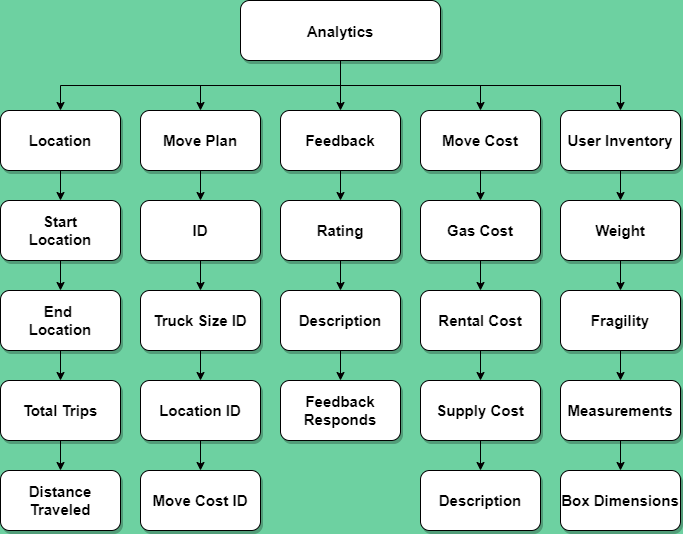
Earlier version of the draw.io export Documents/design/Files_For_Byron/ExpertTips_Database.png (LP-76/load.in). Source tidied: cells renumbered, new cells last; positions are measured from the earlier drawing's top-left corner, leaving out a move shared by most shapes.
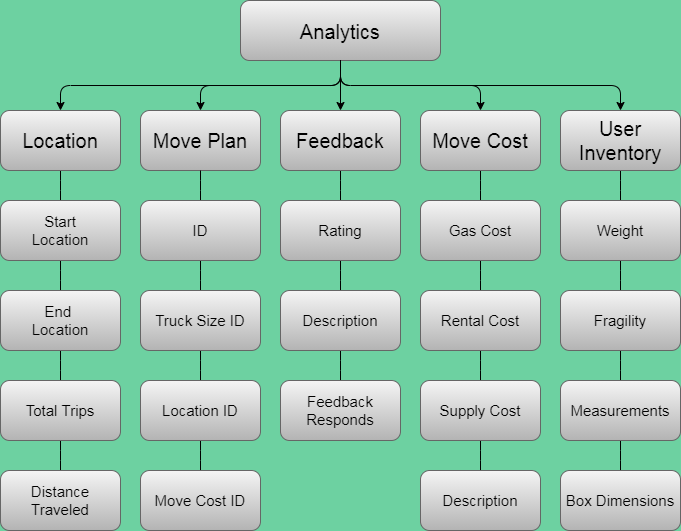
After the change.

The edit, as a diff of the source:
```diff
@@ -2,151 +2,151 @@
   <root>
     <mxCell id="0" />
     <mxCell id="1" parent="0" />
-    <mxCell id="2" value="Analytics" style="rounded=1;shadow=1;fontStyle=1;fontSize=15;fillColor=#FFFFFF;" parent="1" vertex="1">
+    <mxCell id="2" value="Analytics" style="fontSize=20;fillColor=#f5f5f5;strokeColor=#666666;gradientColor=#b3b3b3;rounded=1;" parent="1" vertex="1">
       <mxGeometry x="240" width="200" height="60" as="geometry" />
     </mxCell>
-    <mxCell id="3" style="edgeStyle=orthogonalEdgeStyle;rounded=0;jettySize=auto;html=1;exitX=0.5;exitY=1;exitDx=0;exitDy=0;" parent="1" edge="1" source="2" target="6">
+    <mxCell id="3" style="edgeStyle=orthogonalEdgeStyle;jettySize=auto;html=1;exitX=0.5;exitY=1;exitDx=0;exitDy=0;" parent="1" edge="1" source="2" target="6">
       <mxGeometry relative="1" as="geometry" />
     </mxCell>
-    <mxCell id="4" style="edgeStyle=orthogonalEdgeStyle;rounded=0;jettySize=auto;html=1;" parent="1" edge="1" source="5" target="15">
+    <mxCell id="4" style="edgeStyle=orthogonalEdgeStyle;jettySize=auto;html=1;endArrow=none;endFill=0;" parent="1" edge="1" source="5" target="15">
       <mxGeometry relative="1" as="geometry" />
     </mxCell>
-    <mxCell id="5" value="Location" style="whiteSpace=wrap;html=1;rounded=1;shadow=1;fontSize=15;fontStyle=1;fillColor=#FFFFFF;" parent="1" vertex="1">
+    <mxCell id="5" value="Location" style="whiteSpace=wrap;html=1;fontSize=20;fillColor=#f5f5f5;strokeColor=#666666;gradientColor=#b3b3b3;rounded=1;" parent="1" vertex="1">
       <mxGeometry y="110" width="120" height="60" as="geometry" />
     </mxCell>
-    <mxCell id="6" value="Move Plan" style="whiteSpace=wrap;html=1;rounded=1;shadow=1;fontSize=15;fontStyle=1;fillColor=#FFFFFF;" parent="1" vertex="1">
+    <mxCell id="6" value="Move Plan" style="whiteSpace=wrap;html=1;fontSize=20;fillColor=#f5f5f5;strokeColor=#666666;gradientColor=#b3b3b3;rounded=1;" parent="1" vertex="1">
       <mxGeometry x="140" y="110" width="120" height="60" as="geometry" />
     </mxCell>
-    <mxCell id="7" style="edgeStyle=orthogonalEdgeStyle;rounded=0;jettySize=auto;html=1;" parent="1" edge="1" source="8" target="26">
+    <mxCell id="7" style="edgeStyle=orthogonalEdgeStyle;jettySize=auto;html=1;endFill=0;endArrow=none;" parent="1" edge="1" source="8" target="26">
       <mxGeometry relative="1" as="geometry" />
     </mxCell>
-    <mxCell id="8" value="Feedback" style="whiteSpace=wrap;html=1;rounded=1;shadow=1;fontSize=15;fontStyle=1;fillColor=#FFFFFF;" parent="1" vertex="1">
+    <mxCell id="8" value="Feedback" style="whiteSpace=wrap;html=1;fontSize=20;fillColor=#f5f5f5;strokeColor=#666666;gradientColor=#b3b3b3;rounded=1;" parent="1" vertex="1">
       <mxGeometry x="280" y="110" width="120" height="60" as="geometry" />
     </mxCell>
-    <mxCell id="9" style="edgeStyle=orthogonalEdgeStyle;rounded=0;jettySize=auto;html=1;exitX=0.5;exitY=1;exitDx=0;exitDy=0;entryX=0.5;entryY=0;entryDx=0;entryDy=0;" parent="1" edge="1" source="2" target="8">
+    <mxCell id="9" style="edgeStyle=orthogonalEdgeStyle;jettySize=auto;html=1;exitX=0.5;exitY=1;exitDx=0;exitDy=0;entryX=0.5;entryY=0;entryDx=0;entryDy=0;" parent="1" edge="1" source="2" target="8">
       <mxGeometry relative="1" as="geometry" />
     </mxCell>
-    <mxCell id="10" style="edgeStyle=orthogonalEdgeStyle;rounded=0;jettySize=auto;html=1;exitX=0.5;exitY=1;exitDx=0;exitDy=0;entryX=0.5;entryY=0;entryDx=0;entryDy=0;" parent="1" edge="1" source="2" target="5">
+    <mxCell id="10" style="edgeStyle=orthogonalEdgeStyle;jettySize=auto;html=1;exitX=0.5;exitY=1;exitDx=0;exitDy=0;entryX=0.5;entryY=0;entryDx=0;entryDy=0;" parent="1" edge="1" source="2" target="5">
       <mxGeometry relative="1" as="geometry" />
     </mxCell>
-    <mxCell id="11" style="edgeStyle=orthogonalEdgeStyle;rounded=0;jettySize=auto;html=1;" parent="1" edge="1" source="12" target="31">
+    <mxCell id="11" style="edgeStyle=orthogonalEdgeStyle;jettySize=auto;html=1;endFill=0;endArrow=none;" parent="1" edge="1" source="12" target="31">
       <mxGeometry relative="1" as="geometry" />
     </mxCell>
-    <mxCell id="12" value="Move Cost" style="whiteSpace=wrap;html=1;rounded=1;shadow=1;fontSize=15;fontStyle=1;fillColor=#FFFFFF;" parent="1" vertex="1">
+    <mxCell id="12" value="Move Cost" style="whiteSpace=wrap;html=1;fontSize=20;fillColor=#f5f5f5;strokeColor=#666666;gradientColor=#b3b3b3;rounded=1;" parent="1" vertex="1">
       <mxGeometry x="420" y="110" width="120" height="60" as="geometry" />
     </mxCell>
-    <mxCell id="13" style="edgeStyle=orthogonalEdgeStyle;rounded=0;jettySize=auto;html=1;exitX=0.5;exitY=1;exitDx=0;exitDy=0;entryX=0.5;entryY=0;entryDx=0;entryDy=0;" parent="1" edge="1" source="2" target="12">
+    <mxCell id="13" style="edgeStyle=orthogonalEdgeStyle;jettySize=auto;html=1;exitX=0.5;exitY=1;exitDx=0;exitDy=0;entryX=0.5;entryY=0;entryDx=0;entryDy=0;" parent="1" edge="1" source="2" target="12">
       <mxGeometry relative="1" as="geometry" />
     </mxCell>
-    <mxCell id="14" style="edgeStyle=orthogonalEdgeStyle;rounded=0;jettySize=auto;html=1;" parent="1" edge="1" source="15" target="17">
+    <mxCell id="14" style="edgeStyle=orthogonalEdgeStyle;jettySize=auto;html=1;endFill=0;endArrow=none;" parent="1" edge="1" source="15" target="17">
       <mxGeometry relative="1" as="geometry" />
     </mxCell>
-    <mxCell id="15" value="Start&lt;br&gt;Location" style="whiteSpace=wrap;html=1;rounded=1;shadow=1;fontSize=15;fontStyle=1;fillColor=#FFFFFF;" parent="1" vertex="1">
+    <mxCell id="15" value="Start&lt;br style=&quot;font-size: 15px;&quot;&gt;Location" style="whiteSpace=wrap;html=1;fontSize=15;fillColor=#f5f5f5;strokeColor=#666666;gradientColor=#b3b3b3;rounded=1;" parent="1" vertex="1">
       <mxGeometry y="200" width="120" height="60" as="geometry" />
     </mxCell>
-    <mxCell id="16" style="edgeStyle=orthogonalEdgeStyle;rounded=0;jettySize=auto;html=1;" parent="1" edge="1" source="17" target="46">
+    <mxCell id="16" style="edgeStyle=orthogonalEdgeStyle;jettySize=auto;html=1;endFill=0;endArrow=none;" parent="1" edge="1" source="17" target="46">
       <mxGeometry relative="1" as="geometry" />
     </mxCell>
-    <mxCell id="17" value="End&amp;nbsp;&lt;br&gt;Location" style="whiteSpace=wrap;html=1;rounded=1;shadow=1;fontSize=15;fontStyle=1;fillColor=#FFFFFF;" parent="1" vertex="1">
+    <mxCell id="17" value="End&amp;nbsp;&lt;br&gt;Location" style="whiteSpace=wrap;html=1;fontSize=15;fillColor=#f5f5f5;strokeColor=#666666;gradientColor=#b3b3b3;rounded=1;" parent="1" vertex="1">
       <mxGeometry y="290" width="120" height="60" as="geometry" />
     </mxCell>
-    <mxCell id="18" style="edgeStyle=orthogonalEdgeStyle;rounded=0;jettySize=auto;html=1;exitX=0.5;exitY=1;exitDx=0;exitDy=0;" parent="1" edge="1" source="6" target="20">
+    <mxCell id="18" style="edgeStyle=orthogonalEdgeStyle;jettySize=auto;html=1;exitX=0.5;exitY=1;exitDx=0;exitDy=0;endFill=0;endArrow=none;" parent="1" edge="1" source="6" target="20">
       <mxGeometry relative="1" as="geometry" />
     </mxCell>
-    <mxCell id="19" style="edgeStyle=orthogonalEdgeStyle;rounded=0;jettySize=auto;html=1;" parent="1" edge="1" source="20" target="22">
+    <mxCell id="19" style="edgeStyle=orthogonalEdgeStyle;jettySize=auto;html=1;endFill=0;endArrow=none;" parent="1" edge="1" source="20" target="22">
       <mxGeometry relative="1" as="geometry" />
     </mxCell>
-    <mxCell id="20" value="ID" style="whiteSpace=wrap;html=1;rounded=1;shadow=1;fontSize=15;fontStyle=1;fillColor=#FFFFFF;" parent="1" vertex="1">
+    <mxCell id="20" value="ID" style="whiteSpace=wrap;html=1;fontSize=15;fillColor=#f5f5f5;strokeColor=#666666;gradientColor=#b3b3b3;rounded=1;" parent="1" vertex="1">
       <mxGeometry x="140" y="200" width="120" height="60" as="geometry" />
     </mxCell>
-    <mxCell id="21" style="edgeStyle=orthogonalEdgeStyle;rounded=0;jettySize=auto;html=1;" parent="1" edge="1" source="22" target="24">
+    <mxCell id="21" style="edgeStyle=orthogonalEdgeStyle;jettySize=auto;html=1;endFill=0;endArrow=none;" parent="1" edge="1" source="22" target="24">
       <mxGeometry relative="1" as="geometry" />
     </mxCell>
-    <mxCell id="22" value="Truck Size ID" style="whiteSpace=wrap;html=1;rounded=1;shadow=1;fontSize=15;fontStyle=1;fillColor=#FFFFFF;" parent="1" vertex="1">
+    <mxCell id="22" value="Truck Size ID" style="whiteSpace=wrap;html=1;fontSize=15;fillColor=#f5f5f5;strokeColor=#666666;gradientColor=#b3b3b3;rounded=1;" parent="1" vertex="1">
       <mxGeometry x="140" y="290" width="120" height="60" as="geometry" />
     </mxCell>
-    <mxCell id="23" style="edgeStyle=orthogonalEdgeStyle;rounded=0;jettySize=auto;html=1;" parent="1" edge="1" source="24" target="47">
+    <mxCell id="23" style="edgeStyle=orthogonalEdgeStyle;jettySize=auto;html=1;endFill=0;endArrow=none;" parent="1" edge="1" source="24" target="47">
       <mxGeometry relative="1" as="geometry" />
     </mxCell>
-    <mxCell id="24" value="Location ID" style="whiteSpace=wrap;html=1;rounded=1;shadow=1;fontSize=15;fontStyle=1;fillColor=#FFFFFF;" parent="1" vertex="1">
+    <mxCell id="24" value="Location ID" style="whiteSpace=wrap;html=1;fontSize=15;fillColor=#f5f5f5;strokeColor=#666666;gradientColor=#b3b3b3;rounded=1;" parent="1" vertex="1">
       <mxGeometry x="140" y="380" width="120" height="60" as="geometry" />
     </mxCell>
-    <mxCell id="25" style="edgeStyle=orthogonalEdgeStyle;rounded=0;jettySize=auto;html=1;" parent="1" edge="1" source="26" target="28">
+    <mxCell id="25" style="edgeStyle=orthogonalEdgeStyle;jettySize=auto;html=1;endFill=0;endArrow=none;" parent="1" edge="1" source="26" target="28">
       <mxGeometry relative="1" as="geometry" />
     </mxCell>
-    <mxCell id="26" value="Rating" style="whiteSpace=wrap;html=1;rounded=1;shadow=1;fontSize=15;fontStyle=1;fillColor=#FFFFFF;" parent="1" vertex="1">
+    <mxCell id="26" value="Rating" style="whiteSpace=wrap;html=1;fontSize=15;fillColor=#f5f5f5;strokeColor=#666666;gradientColor=#b3b3b3;rounded=1;" parent="1" vertex="1">
       <mxGeometry x="280" y="200" width="120" height="60" as="geometry" />
     </mxCell>
-    <mxCell id="27" style="edgeStyle=orthogonalEdgeStyle;rounded=0;jettySize=auto;html=1;" parent="1" edge="1" source="28" target="29">
+    <mxCell id="27" style="edgeStyle=orthogonalEdgeStyle;jettySize=auto;html=1;endFill=0;endArrow=none;" parent="1" edge="1" source="28" target="29">
       <mxGeometry relative="1" as="geometry" />
     </mxCell>
-    <mxCell id="28" value="Description" style="whiteSpace=wrap;html=1;rounded=1;shadow=1;fontSize=15;fontStyle=1;fillColor=#FFFFFF;" parent="1" vertex="1">
+    <mxCell id="28" value="Description" style="whiteSpace=wrap;html=1;fontSize=15;fillColor=#f5f5f5;strokeColor=#666666;gradientColor=#b3b3b3;rounded=1;" parent="1" vertex="1">
       <mxGeometry x="280" y="290" width="120" height="60" as="geometry" />
     </mxCell>
-    <mxCell id="29" value="Feedback Responds" style="whiteSpace=wrap;html=1;rounded=1;shadow=1;fontSize=15;fontStyle=1;fillColor=#FFFFFF;" parent="1" vertex="1">
+    <mxCell id="29" value="Feedback Responds" style="whiteSpace=wrap;html=1;fontSize=15;fillColor=#f5f5f5;strokeColor=#666666;gradientColor=#b3b3b3;rounded=1;" parent="1" vertex="1">
       <mxGeometry x="280" y="380" width="120" height="60" as="geometry" />
     </mxCell>
-    <mxCell id="30" style="edgeStyle=orthogonalEdgeStyle;rounded=0;jettySize=auto;html=1;" parent="1" edge="1" source="31" target="33">
+    <mxCell id="30" style="edgeStyle=orthogonalEdgeStyle;jettySize=auto;html=1;endFill=0;endArrow=none;" parent="1" edge="1" source="31" target="33">
       <mxGeometry relative="1" as="geometry" />
     </mxCell>
-    <mxCell id="31" value="Gas Cost" style="whiteSpace=wrap;html=1;rounded=1;shadow=1;fontSize=15;fontStyle=1;fillColor=#FFFFFF;" parent="1" vertex="1">
+    <mxCell id="31" value="Gas Cost" style="whiteSpace=wrap;html=1;fontSize=15;fillColor=#f5f5f5;strokeColor=#666666;gradientColor=#b3b3b3;rounded=1;" parent="1" vertex="1">
       <mxGeometry x="420" y="200" width="120" height="60" as="geometry" />
     </mxCell>
-    <mxCell id="32" style="edgeStyle=orthogonalEdgeStyle;rounded=0;jettySize=auto;html=1;" parent="1" edge="1" source="33" target="35">
+    <mxCell id="32" style="edgeStyle=orthogonalEdgeStyle;jettySize=auto;html=1;endFill=0;endArrow=none;" parent="1" edge="1" source="33" target="35">
       <mxGeometry relative="1" as="geometry" />
     </mxCell>
-    <mxCell id="33" value="Rental Cost" style="whiteSpace=wrap;html=1;rounded=1;shadow=1;fontSize=15;fontStyle=1;fillColor=#FFFFFF;" parent="1" vertex="1">
+    <mxCell id="33" value="Rental Cost" style="whiteSpace=wrap;html=1;fontSize=15;fillColor=#f5f5f5;strokeColor=#666666;gradientColor=#b3b3b3;rounded=1;" parent="1" vertex="1">
       <mxGeometry x="420" y="290" width="120" height="60" as="geometry" />
     </mxCell>
-    <mxCell id="34" style="edgeStyle=orthogonalEdgeStyle;rounded=0;jettySize=auto;html=1;" parent="1" edge="1" source="35" target="48">
+    <mxCell id="34" style="edgeStyle=orthogonalEdgeStyle;jettySize=auto;html=1;endFill=0;endArrow=none;" parent="1" edge="1" source="35" target="48">
       <mxGeometry relative="1" as="geometry" />
     </mxCell>
-    <mxCell id="35" value="Supply Cost" style="whiteSpace=wrap;html=1;rounded=1;shadow=1;fontSize=15;fontStyle=1;fillColor=#FFFFFF;" parent="1" vertex="1">
+    <mxCell id="35" value="Supply Cost" style="whiteSpace=wrap;html=1;fontSize=15;fillColor=#f5f5f5;strokeColor=#666666;gradientColor=#b3b3b3;rounded=1;" parent="1" vertex="1">
       <mxGeometry x="420" y="380" width="120" height="60" as="geometry" />
     </mxCell>
-    <mxCell id="36" style="edgeStyle=orthogonalEdgeStyle;rounded=0;jettySize=auto;html=1;" parent="1" edge="1" source="37" target="39">
+    <mxCell id="36" style="edgeStyle=orthogonalEdgeStyle;jettySize=auto;html=1;endFill=0;endArrow=none;" parent="1" edge="1" source="37" target="39">
       <mxGeometry relative="1" as="geometry" />
     </mxCell>
-    <mxCell id="37" value="User Inventory" style="whiteSpace=wrap;html=1;rounded=1;shadow=1;fontSize=15;fontStyle=1;fillColor=#FFFFFF;" parent="1" vertex="1">
+    <mxCell id="37" value="User Inventory" style="whiteSpace=wrap;html=1;fontSize=20;fillColor=#f5f5f5;strokeColor=#666666;gradientColor=#b3b3b3;rounded=1;" parent="1" vertex="1">
       <mxGeometry x="560" y="110" width="120" height="60" as="geometry" />
     </mxCell>
-    <mxCell id="38" style="edgeStyle=orthogonalEdgeStyle;rounded=0;jettySize=auto;html=1;" parent="1" edge="1" source="39" target="41">
+    <mxCell id="38" style="edgeStyle=orthogonalEdgeStyle;jettySize=auto;html=1;endFill=0;endArrow=none;" parent="1" edge="1" source="39" target="41">
       <mxGeometry relative="1" as="geometry" />
     </mxCell>
-    <mxCell id="39" value="Weight" style="whiteSpace=wrap;html=1;rounded=1;shadow=1;fontSize=15;fontStyle=1;fillColor=#FFFFFF;" parent="1" vertex="1">
+    <mxCell id="39" value="Weight" style="whiteSpace=wrap;html=1;fontSize=15;fillColor=#f5f5f5;strokeColor=#666666;gradientColor=#b3b3b3;rounded=1;" parent="1" vertex="1">
       <mxGeometry x="560" y="200" width="120" height="60" as="geometry" />
     </mxCell>
-    <mxCell id="40" style="edgeStyle=orthogonalEdgeStyle;rounded=0;jettySize=auto;html=1;" parent="1" edge="1" source="41" target="43">
+    <mxCell id="40" style="edgeStyle=orthogonalEdgeStyle;jettySize=auto;html=1;endFill=0;endArrow=none;" parent="1" edge="1" source="41" target="43">
       <mxGeometry relative="1" as="geometry" />
     </mxCell>
-    <mxCell id="41" value="Fragility" style="whiteSpace=wrap;html=1;rounded=1;shadow=1;fontSize=15;fontStyle=1;fillColor=#FFFFFF;" parent="1" vertex="1">
+    <mxCell id="41" value="Fragility" style="whiteSpace=wrap;html=1;fontSize=15;fillColor=#f5f5f5;strokeColor=#666666;gradientColor=#b3b3b3;rounded=1;" parent="1" vertex="1">
       <mxGeometry x="560" y="290" width="120" height="60" as="geometry" />
     </mxCell>
-    <mxCell id="42" style="edgeStyle=orthogonalEdgeStyle;rounded=0;jettySize=auto;html=1;" parent="1" edge="1" source="43" target="49">
+    <mxCell id="42" style="edgeStyle=orthogonalEdgeStyle;jettySize=auto;html=1;endFill=0;endArrow=none;" parent="1" edge="1" source="43" target="49">
       <mxGeometry relative="1" as="geometry" />
     </mxCell>
-    <mxCell id="43" value="Measurements" style="whiteSpace=wrap;html=1;rounded=1;shadow=1;fontSize=15;fontStyle=1;fillColor=#FFFFFF;" parent="1" vertex="1">
+    <mxCell id="43" value="Measurements" style="whiteSpace=wrap;html=1;fontSize=15;fillColor=#f5f5f5;strokeColor=#666666;gradientColor=#b3b3b3;rounded=1;" parent="1" vertex="1">
       <mxGeometry x="560" y="380" width="120" height="60" as="geometry" />
     </mxCell>
-    <mxCell id="44" style="edgeStyle=orthogonalEdgeStyle;rounded=0;jettySize=auto;html=1;exitX=0.5;exitY=1;exitDx=0;exitDy=0;entryX=0.5;entryY=0;entryDx=0;entryDy=0;" parent="1" edge="1" source="2" target="37">
+    <mxCell id="44" style="edgeStyle=orthogonalEdgeStyle;jettySize=auto;html=1;exitX=0.5;exitY=1;exitDx=0;exitDy=0;entryX=0.5;entryY=0;entryDx=0;entryDy=0;" parent="1" edge="1" source="2" target="37">
       <mxGeometry relative="1" as="geometry" />
     </mxCell>
-    <mxCell id="45" style="edgeStyle=orthogonalEdgeStyle;rounded=0;jettySize=auto;html=1;" parent="1" edge="1" source="46" target="50">
+    <mxCell id="45" style="edgeStyle=orthogonalEdgeStyle;jettySize=auto;html=1;endFill=0;endArrow=none;" parent="1" edge="1" source="46" target="50">
       <mxGeometry relative="1" as="geometry" />
     </mxCell>
-    <mxCell id="46" value="Total Trips" style="whiteSpace=wrap;html=1;rounded=1;shadow=1;fontSize=15;fontStyle=1;fillColor=#FFFFFF;" parent="1" vertex="1">
+    <mxCell id="46" value="Total Trips" style="whiteSpace=wrap;html=1;fontSize=15;fillColor=#f5f5f5;strokeColor=#666666;gradientColor=#b3b3b3;rounded=1;" parent="1" vertex="1">
       <mxGeometry y="380" width="120" height="60" as="geometry" />
     </mxCell>
-    <mxCell id="47" value="Move Cost ID" style="whiteSpace=wrap;html=1;rounded=1;shadow=1;fontSize=15;fontStyle=1;fillColor=#FFFFFF;" parent="1" vertex="1">
+    <mxCell id="47" value="Move Cost ID" style="whiteSpace=wrap;html=1;fontSize=15;fillColor=#f5f5f5;strokeColor=#666666;gradientColor=#b3b3b3;rounded=1;" parent="1" vertex="1">
       <mxGeometry x="140" y="470" width="120" height="60" as="geometry" />
     </mxCell>
-    <mxCell id="48" value="Description" style="whiteSpace=wrap;html=1;rounded=1;shadow=1;fontSize=15;fontStyle=1;fillColor=#FFFFFF;" parent="1" vertex="1">
+    <mxCell id="48" value="Description" style="whiteSpace=wrap;html=1;fontSize=15;fillColor=#f5f5f5;strokeColor=#666666;gradientColor=#b3b3b3;rounded=1;" parent="1" vertex="1">
       <mxGeometry x="420" y="470" width="120" height="60" as="geometry" />
     </mxCell>
-    <mxCell id="49" value="Box Dimensions" style="whiteSpace=wrap;html=1;rounded=1;shadow=1;fontSize=15;fontStyle=1;fillColor=#FFFFFF;" parent="1" vertex="1">
+    <mxCell id="49" value="Box Dimensions" style="whiteSpace=wrap;html=1;fontSize=15;fillColor=#f5f5f5;strokeColor=#666666;gradientColor=#b3b3b3;rounded=1;" parent="1" vertex="1">
       <mxGeometry x="560" y="470" width="120" height="60" as="geometry" />
     </mxCell>
-    <mxCell id="50" value="Distance Traveled" style="whiteSpace=wrap;html=1;rounded=1;shadow=1;fontSize=15;fontStyle=1;fillColor=#FFFFFF;" parent="1" vertex="1">
+    <mxCell id="50" value="Distance Traveled" style="whiteSpace=wrap;html=1;fontSize=15;fillColor=#f5f5f5;strokeColor=#666666;gradientColor=#b3b3b3;rounded=1;" parent="1" vertex="1">
       <mxGeometry y="470" width="120" height="60" as="geometry" />
     </mxCell>
   </root>
```
